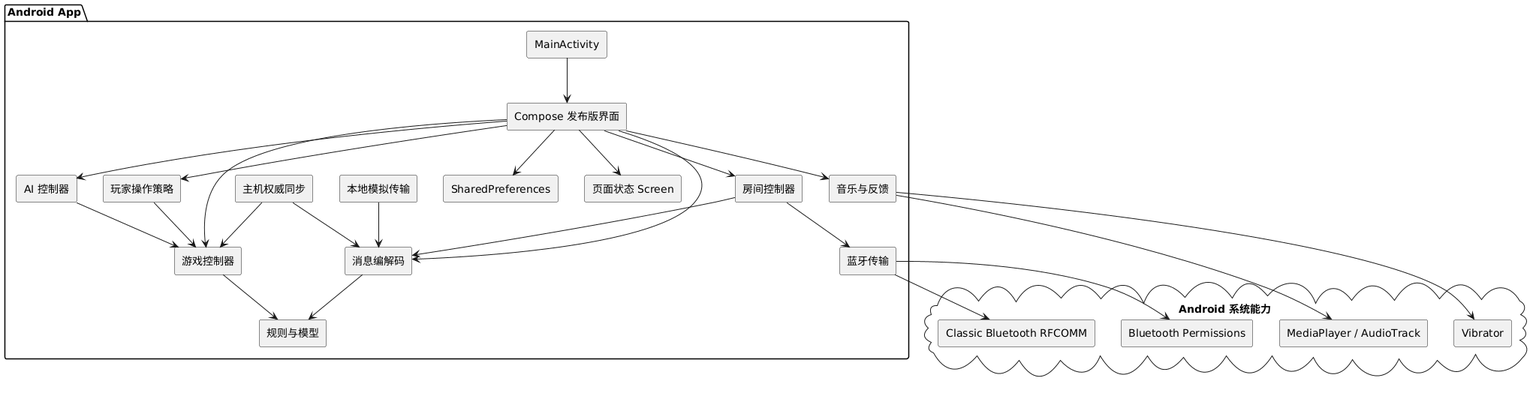
The PlantUML diagram docs/uml/component_diagram.png in Mojieeee/uml_chudadi, before a commit.
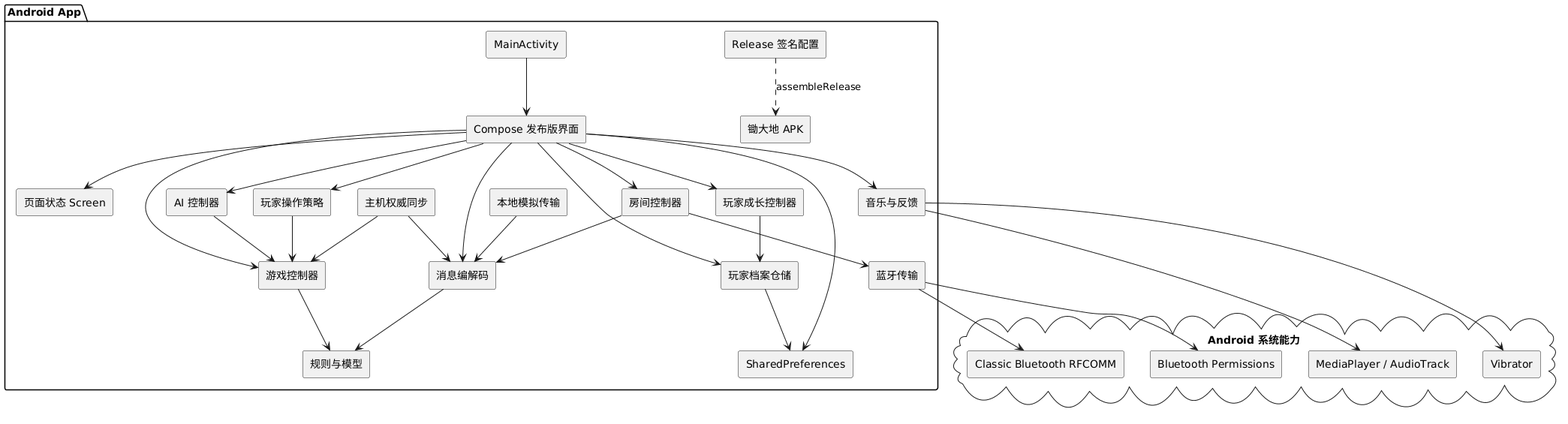
The same file after the commit.

Change to the diagram source:
```diff
@@ -10,12 +10,16 @@
   [AI 控制器]
   [玩家操作策略]
   [房间控制器]
+  [玩家成长控制器]
+  [玩家档案仓储]
   [规则与模型]
   [消息编解码]
   [主机权威同步]
   [蓝牙传输]
   [本地模拟传输]
   [SharedPreferences]
+  [Release 签名配置]
+  [锄大地 APK]
 }
 
 cloud "Android 系统能力" {
@@ -31,6 +35,8 @@
 [Compose 发布版界面] --> [AI 控制器]
 [Compose 发布版界面] --> [玩家操作策略]
 [Compose 发布版界面] --> [房间控制器]
+[Compose 发布版界面] --> [玩家成长控制器]
+[Compose 发布版界面] --> [玩家档案仓储]
 [Compose 发布版界面] --> [消息编解码]
 [Compose 发布版界面] --> [音乐与反馈]
 [Compose 发布版界面] --> [SharedPreferences]
@@ -40,6 +46,8 @@
 [玩家操作策略] --> [游戏控制器]
 [房间控制器] --> [消息编解码]
 [房间控制器] --> [蓝牙传输]
+[玩家成长控制器] --> [玩家档案仓储]
+[玩家档案仓储] --> [SharedPreferences]
 [消息编解码] --> [规则与模型]
 [主机权威同步] --> [游戏控制器]
 [主机权威同步] --> [消息编解码]
@@ -48,4 +56,5 @@
 [本地模拟传输] --> [消息编解码]
 [音乐与反馈] --> [MediaPlayer / AudioTrack]
 [音乐与反馈] --> [Vibrator]
+[Release 签名配置] ..> [锄大地 APK] : assembleRelease
 @enduml
```
